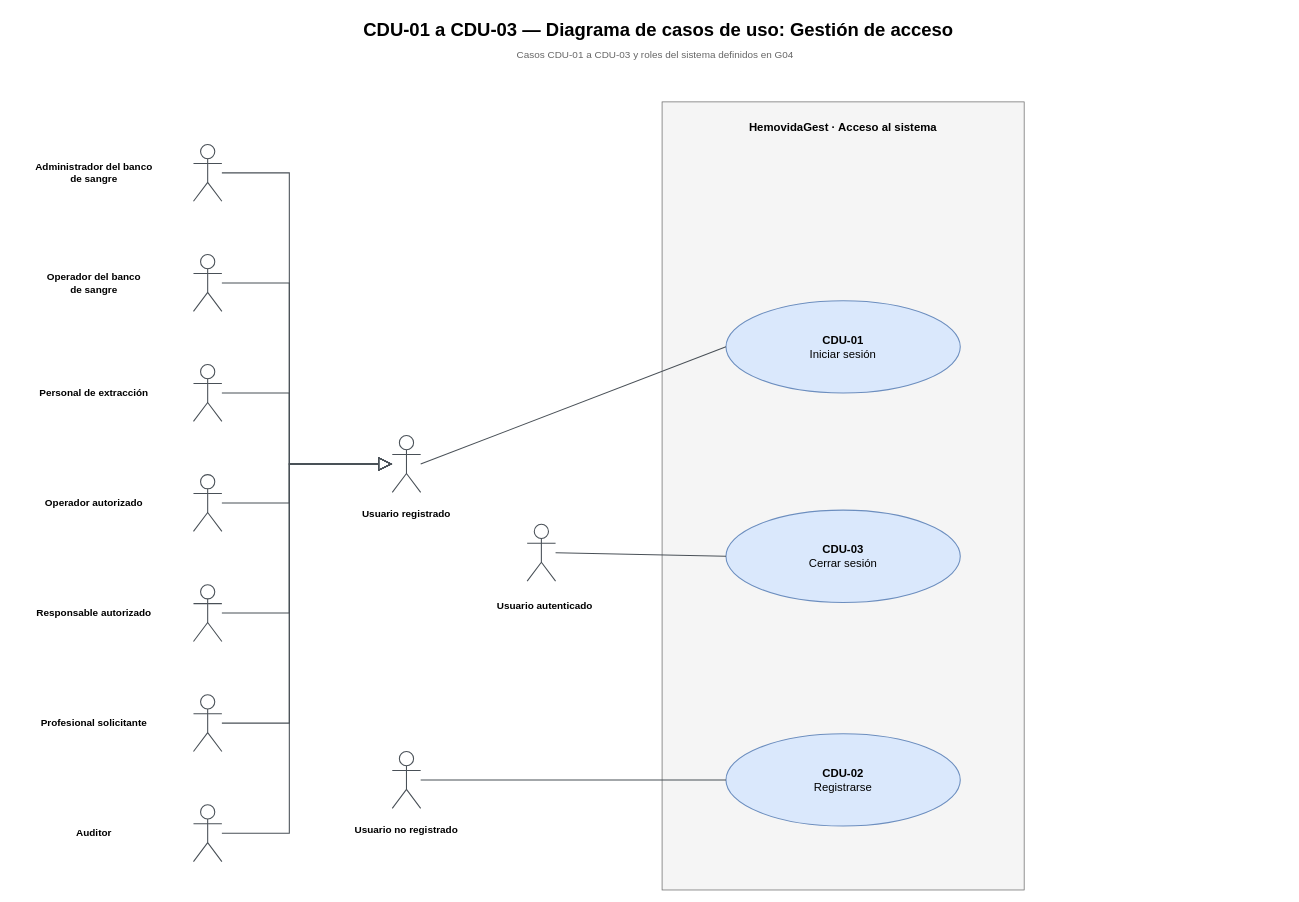
Earlier version of the draw.io diagram Diagramas/Casos de Uso/T02 - CDU-01 a CDU-03 - Casos de uso.drawio (juanNH/Ingenieria-de-Software). Source tidied: cells renumbered, new cells numbered last; positions are measured from the earlier drawing's top-left corner, leaving out a move shared by most shapes. Both pictures are drawn from the tidied source at 71%, with x=0, y=0 at pixel (12, 12).
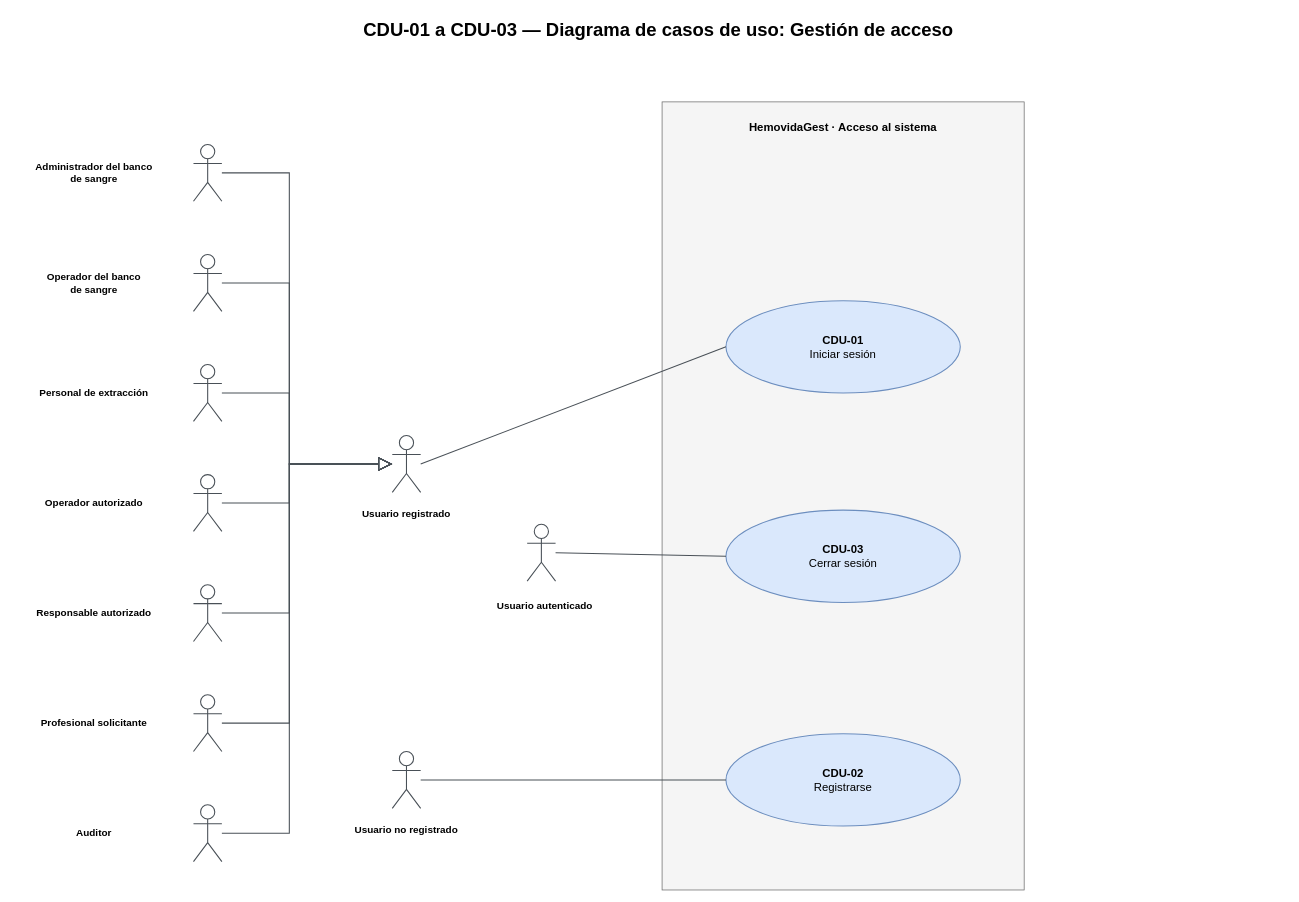
The same page after the edit.

Diff of the diagram source:
```diff
@@
-    <mxCell id="4" value="Casos CDU-01 a CDU-03 y roles del sistema definidos en G04" style="text;html=1;strokeColor=none;fillColor=none;fontSize=14;align=center;verticalAlign=middle;fontColor=#666666;fontFamily=Arial;" parent="1" vertex="1">
-      <mxGeometry x="455" y="46" width="900" height="28" as="geometry" />
-    </mxCell>
```
